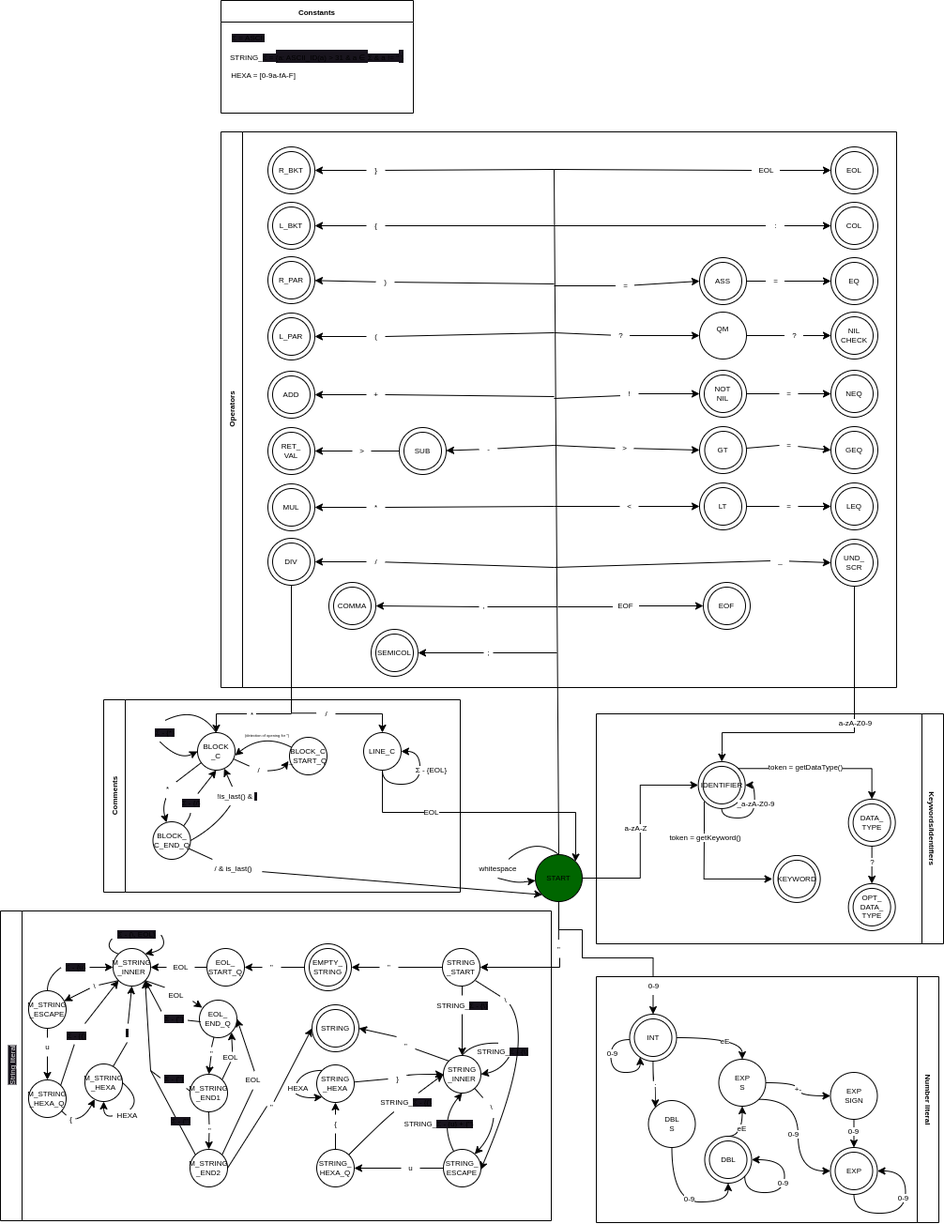
This is doc/fsm_draft.drawio.png from pomjak/IFJ23, a draw.io export, as it was before one commit. Source tidied: cells renumbered, new cells last; positions are measured from the earlier drawing's top-left corner, leaving out a move shared by most shapes.
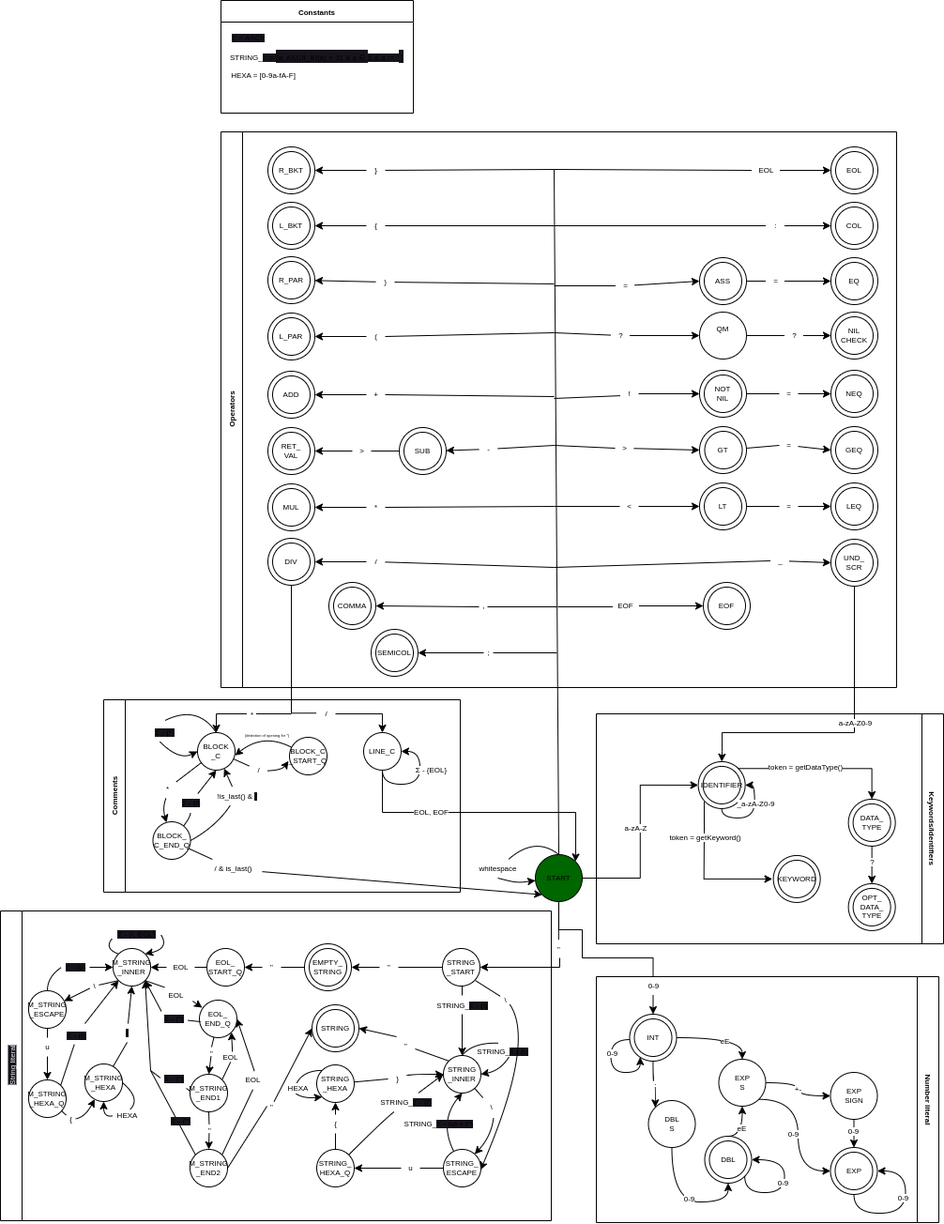
Later version of the same file.

Commit message:
comment can end with EOF

Diff of the diagram source:
```diff
@@ -1231,7 +1231,7 @@
         </Array>
       </mxGeometry>
     </mxCell>
-    <mxCell id="339" value="EOL" style="edgeLabel;html=1;align=center;verticalAlign=middle;fontSize=8;spacing=-1;" parent="338" vertex="1">
+    <mxCell id="339" value="EOL, EOF" style="edgeLabel;html=1;align=center;verticalAlign=middle;fontSize=8;spacing=-1;" parent="338" vertex="1">
       <mxGeometry x="-0.07" relative="1" as="geometry">
         <mxPoint x="-44" as="offset" />
       </mxGeometry>
```
